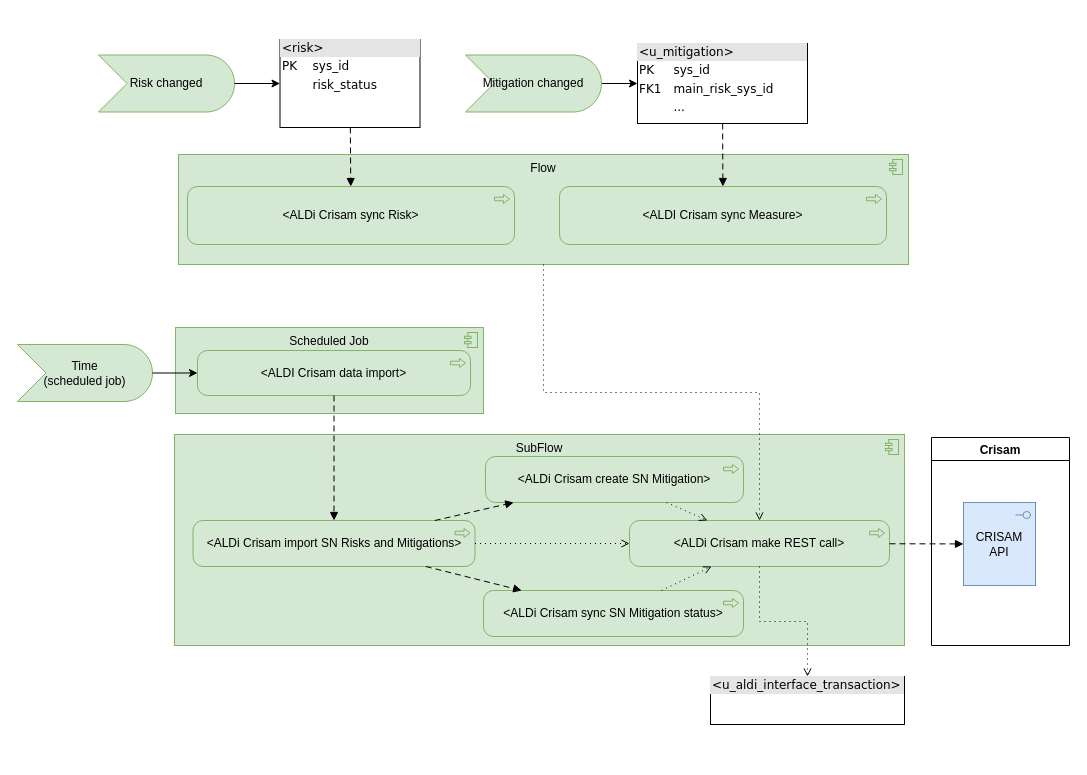
algimas/tmp keeps this draw.io diagram as page "FlowDesigner" (25 of 25) of AldiCrisam.drawio. Above is the earlier version. Source tidied: cells renumbered, new cells numbered last; positions are measured from the earlier drawing's top-left corner, leaving out a move shared by most shapes. Both pictures are drawn from the tidied source at 100%, with x=0, y=0 at pixel (17, 39).
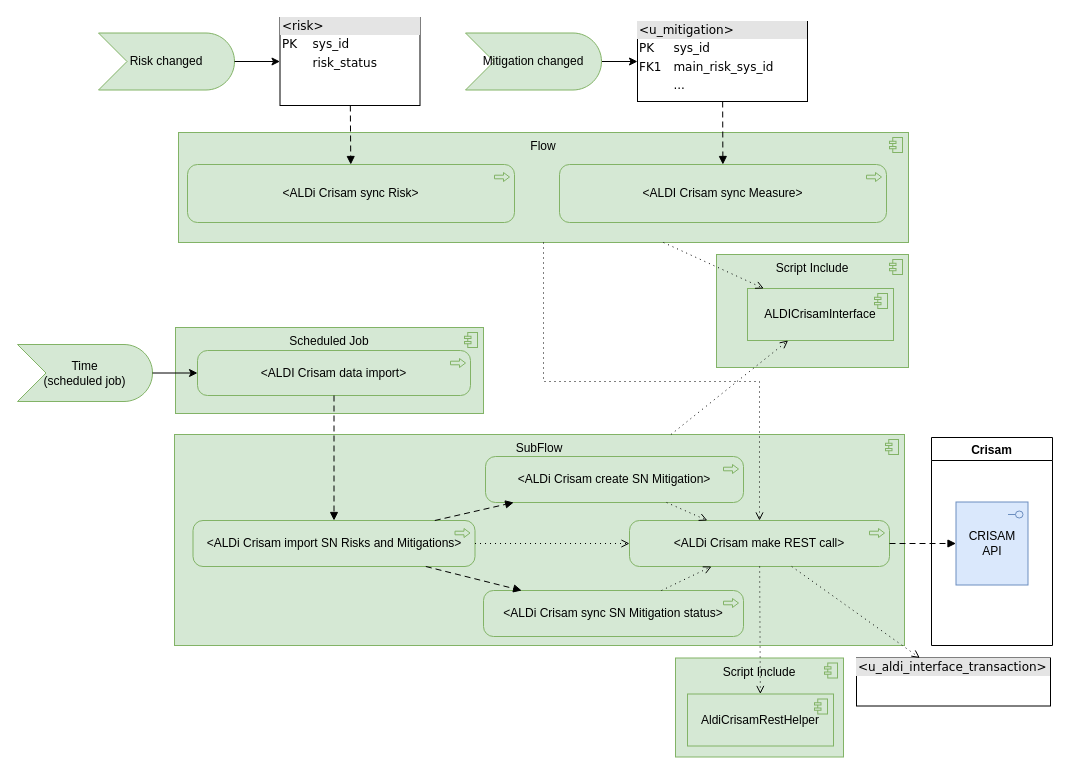
After the change.

The change refers to these unchanged cells:
```xml
<mxCell id="5" value="SubFlow" style="html=1;outlineConnect=0;whiteSpace=wrap;fillColor=#d5e8d4;shape=mxgraph.archimate3.application;appType=comp;archiType=square;strokeColor=#82b366;verticalAlign=top;" parent="1" vertex="1">
  <mxGeometry x="157" y="395" width="730" height="211" as="geometry" />
</mxCell>
<mxCell id="10" value="&amp;lt;ALDi Crisam make REST call&amp;gt;" style="html=1;outlineConnect=0;whiteSpace=wrap;fillColor=#d5e8d4;shape=mxgraph.archimate3.application;appType=proc;archiType=rounded;strokeColor=#82b366;" parent="1" vertex="1">
  <mxGeometry x="612" y="481" width="260" height="46" as="geometry" />
</mxCell>
```

Change to the diagram source:
```diff
@@
     <mxCell id="2" value="Flow" style="html=1;outlineConnect=0;whiteSpace=wrap;fillColor=#d5e8d4;shape=mxgraph.archimate3.application;appType=comp;archiType=square;strokeColor=#82b366;verticalAlign=top;" parent="1" vertex="1">
-      <mxGeometry x="161" y="115" width="730" height="110" as="geometry" />
+      <mxGeometry x="161" y="93" width="730" height="110" as="geometry" />
     </mxCell>
     <mxCell id="3" value="&amp;lt;ALDi Crisam sync Risk&amp;gt;" style="html=1;outlineConnect=0;whiteSpace=wrap;fillColor=#d5e8d4;shape=mxgraph.archimate3.application;appType=proc;archiType=rounded;strokeColor=#82b366;" parent="1" vertex="1">
-      <mxGeometry x="170" y="147" width="327" height="58" as="geometry" />
+      <mxGeometry x="170" y="125" width="327" height="58" as="geometry" />
     </mxCell>
     <mxCell id="4" value="&amp;lt;ALDI Crisam sync Measure&amp;gt;" style="html=1;outlineConnect=0;whiteSpace=wrap;fillColor=#d5e8d4;shape=mxgraph.archimate3.application;appType=proc;archiType=rounded;strokeColor=#82b366;" parent="1" vertex="1">
-      <mxGeometry x="542" y="147" width="327" height="58" as="geometry" />
+      <mxGeometry x="542" y="125" width="327" height="58" as="geometry" />
     </mxCell>
@@
     <mxCell id="9" value="&lt;div style=&quot;box-sizing: border-box ; width: 100% ; background: #e4e4e4 ; padding: 2px&quot;&gt;&amp;lt;u_mitigation&amp;gt;&lt;/div&gt;&lt;table style=&quot;width: 100% ; font-size: 1em&quot; cellpadding=&quot;2&quot; cellspacing=&quot;0&quot;&gt;&lt;tbody&gt;&lt;tr&gt;&lt;td&gt;PK&lt;/td&gt;&lt;td&gt;sys_id&lt;/td&gt;&lt;/tr&gt;&lt;tr&gt;&lt;td&gt;FK1&lt;/td&gt;&lt;td&gt;main_risk_sys_id&lt;br&gt;&lt;/td&gt;&lt;/tr&gt;&lt;tr&gt;&lt;td&gt;&lt;br&gt;&lt;/td&gt;&lt;td&gt;...&lt;/td&gt;&lt;/tr&gt;&lt;/tbody&gt;&lt;/table&gt;" style="verticalAlign=top;align=left;overflow=fill;html=1;rounded=0;shadow=0;comic=0;labelBackgroundColor=none;strokeWidth=1;fontFamily=Verdana;fontSize=12;" parent="1" vertex="1">
-      <mxGeometry x="620" y="4" width="170" height="80" as="geometry" />
+      <mxGeometry x="620" y="-18" width="170" height="80" as="geometry" />
     </mxCell>
@@
     <mxCell id="11" value="Risk changed" style="html=1;outlineConnect=0;whiteSpace=wrap;fillColor=#d5e8d4;shape=mxgraph.archimate3.event;strokeColor=#82b366;" parent="1" vertex="1">
-      <mxGeometry x="81" y="15.5" width="136" height="57" as="geometry" />
+      <mxGeometry x="81" y="-6.5" width="136" height="57" as="geometry" />
     </mxCell>
@@
     <mxCell id="19" value="&lt;div style=&quot;box-sizing: border-box ; width: 100% ; background: #e4e4e4 ; padding: 2px&quot;&gt;&amp;lt;risk&amp;gt;&lt;/div&gt;&lt;table style=&quot;width: 100% ; font-size: 1em&quot; cellpadding=&quot;2&quot; cellspacing=&quot;0&quot;&gt;&lt;tbody&gt;&lt;tr&gt;&lt;td&gt;PK&lt;/td&gt;&lt;td&gt;sys_id&lt;/td&gt;&lt;/tr&gt;&lt;tr&gt;&lt;td&gt;&lt;/td&gt;&lt;td&gt;risk_status&lt;br&gt;&lt;/td&gt;&lt;/tr&gt;&lt;tr&gt;&lt;td&gt;&lt;br&gt;&lt;/td&gt;&lt;td&gt;&lt;br&gt;&lt;/td&gt;&lt;/tr&gt;&lt;tr&gt;&lt;td&gt;&lt;br&gt;&lt;/td&gt;&lt;td&gt;&lt;/td&gt;&lt;/tr&gt;&lt;/tbody&gt;&lt;/table&gt;" style="verticalAlign=top;align=left;overflow=fill;html=1;rounded=0;shadow=0;comic=0;labelBackgroundColor=none;strokeWidth=1;fontFamily=Verdana;fontSize=12;" parent="1" vertex="1">
-      <mxGeometry x="262.5" width="140" height="88" as="geometry" />
+      <mxGeometry x="262.5" y="-22" width="140" height="88" as="geometry" />
     </mxCell>
@@
     <mxCell id="22" value="Crisam" style="swimlane;" parent="1" vertex="1">
-      <mxGeometry x="914" y="398" width="138" height="208" as="geometry" />
+      <mxGeometry x="914" y="398" width="121" height="208" as="geometry" />
     </mxCell>
     <mxCell id="23" value="CRISAM&lt;br&gt;API" style="html=1;outlineConnect=0;whiteSpace=wrap;fillColor=#dae8fc;shape=mxgraph.archimate3.application;appType=interface;archiType=square;strokeColor=#6c8ebf;verticalAlign=middle;" parent="22" vertex="1">
-      <mxGeometry x="32" y="65" width="72" height="83" as="geometry" />
+      <mxGeometry x="24.5" y="64.5" width="72" height="83" as="geometry" />
     </mxCell>
@@
     <mxCell id="28" value="&lt;div style=&quot;box-sizing: border-box ; width: 100% ; background: #e4e4e4 ; padding: 2px&quot;&gt;&amp;lt;u_aldi_interface_transaction&amp;gt;&lt;/div&gt;&lt;table style=&quot;width: 100% ; font-size: 1em&quot; cellpadding=&quot;2&quot; cellspacing=&quot;0&quot;&gt;&lt;tbody&gt;&lt;tr&gt;&lt;td&gt;&lt;br&gt;&lt;/td&gt;&lt;td&gt;&lt;/td&gt;&lt;/tr&gt;&lt;/tbody&gt;&lt;/table&gt;" style="verticalAlign=top;align=left;overflow=fill;html=1;rounded=0;shadow=0;comic=0;labelBackgroundColor=none;strokeWidth=1;fontFamily=Verdana;fontSize=12;" parent="1" vertex="1">
-      <mxGeometry x="693" y="637" width="194" height="48" as="geometry" />
+      <mxGeometry x="839" y="618.5" width="194" height="48" as="geometry" />
     </mxCell>
-    <mxCell id="29" style="edgeStyle=orthogonalEdgeStyle;html=1;endArrow=open;elbow=vertical;endFill=0;dashed=1;dashPattern=1 4;rounded=0;fillColor=#00b9f2;" parent="1" edge="1" source="10" target="28">
+    <mxCell id="29" style="html=1;endArrow=open;elbow=vertical;endFill=0;dashed=1;dashPattern=1 4;rounded=0;fillColor=#00b9f2;" parent="1" edge="1" source="10" target="28">
       <mxGeometry relative="1" as="geometry" />
     </mxCell>
     <mxCell id="30" value="Mitigation changed" style="html=1;outlineConnect=0;whiteSpace=wrap;fillColor=#d5e8d4;shape=mxgraph.archimate3.event;strokeColor=#82b366;" parent="1" vertex="1">
-      <mxGeometry x="448" y="15.5" width="136" height="57" as="geometry" />
+      <mxGeometry x="448" y="-6.5" width="136" height="57" as="geometry" />
     </mxCell>
@@
+    <mxCell id="34" value="Script Include" style="html=1;whiteSpace=wrap;fillColor=#d5e8d4;shape=mxgraph.archimate3.application;appType=comp;archiType=square;strokeColor=#82b366;verticalAlign=top;" parent="1" vertex="1">
+      <mxGeometry x="699" y="215" width="192" height="113" as="geometry" />
+    </mxCell>
+    <mxCell id="35" value="ALDICrisamInterface" style="html=1;outlineConnect=0;whiteSpace=wrap;fillColor=#d5e8d4;shape=mxgraph.archimate3.application;appType=comp;archiType=square;strokeColor=#82b366;verticalAlign=middle;" parent="1" vertex="1">
+      <mxGeometry x="730" y="249" width="146" height="52" as="geometry" />
+    </mxCell>
+    <mxCell id="36" style="html=1;endArrow=open;elbow=vertical;endFill=0;dashed=1;dashPattern=1 4;rounded=0;fillColor=#00b9f2;" parent="1" edge="1" source="5" target="35">
+      <mxGeometry relative="1" as="geometry" />
+    </mxCell>
+    <mxCell id="37" style="html=1;endArrow=open;elbow=vertical;endFill=0;dashed=1;dashPattern=1 4;rounded=0;fillColor=#00b9f2;" parent="1" edge="1" source="2" target="35">
+      <mxGeometry relative="1" as="geometry" />
+    </mxCell>
+    <mxCell id="38" value="Script Include" style="html=1;whiteSpace=wrap;fillColor=#d5e8d4;shape=mxgraph.archimate3.application;appType=comp;archiType=square;strokeColor=#82b366;verticalAlign=top;" parent="1" vertex="1">
+      <mxGeometry x="658" y="618.5" width="168" height="99" as="geometry" />
+    </mxCell>
+    <mxCell id="39" value="AldiCrisamRestHelper" style="html=1;outlineConnect=0;whiteSpace=wrap;fillColor=#d5e8d4;shape=mxgraph.archimate3.application;appType=comp;archiType=square;strokeColor=#82b366;verticalAlign=middle;" parent="1" vertex="1">
+      <mxGeometry x="670" y="654.5" width="146" height="52" as="geometry" />
+    </mxCell>
+    <mxCell id="40" style="html=1;endArrow=open;elbow=vertical;endFill=0;dashed=1;dashPattern=1 4;rounded=0;fillColor=#00b9f2;" parent="1" edge="1" source="10" target="39">
+      <mxGeometry relative="1" as="geometry" />
+    </mxCell>
```
